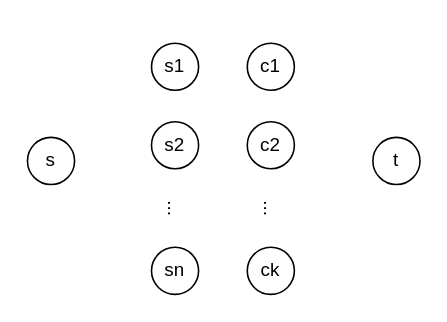
Earlier version of the draw.io diagram hw4_10.drawio (Eren-Jeager123/Algorithm). Source tidied: cells renumbered, new cells numbered last; positions are measured from the earlier drawing's top-left corner, leaving out a move shared by most shapes. Both pictures are drawn from the tidied source at 157%, with x=0, y=0 at pixel (27, 42).
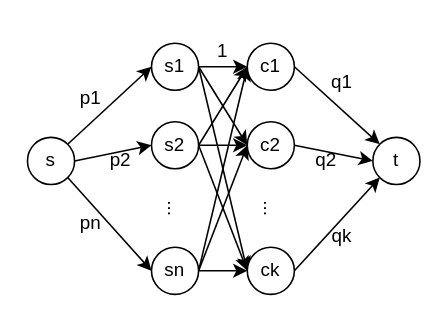
After the change.

Unchanged cells that the change refers to:
```xml
<mxCell id="2" value="s" style="ellipse;whiteSpace=wrap;html=1;" parent="1" vertex="1">
  <mxGeometry y="60" width="30" height="30" as="geometry" />
</mxCell>
<mxCell id="3" value="t" style="ellipse;whiteSpace=wrap;html=1;" parent="1" vertex="1">
  <mxGeometry x="220" y="60" width="30" height="30" as="geometry" />
</mxCell>
<mxCell id="4" value="s1" style="ellipse;whiteSpace=wrap;html=1;" parent="1" vertex="1">
  <mxGeometry x="79" width="30" height="30" as="geometry" />
</mxCell>
<mxCell id="5" value="s2" style="ellipse;whiteSpace=wrap;html=1;" parent="1" vertex="1">
  <mxGeometry x="79" y="50" width="30" height="30" as="geometry" />
</mxCell>
<mxCell id="6" value="sn" style="ellipse;whiteSpace=wrap;html=1;" parent="1" vertex="1">
  <mxGeometry x="79" y="130" width="30" height="30" as="geometry" />
</mxCell>
<mxCell id="7" value="c1" style="ellipse;whiteSpace=wrap;html=1;" parent="1" vertex="1">
  <mxGeometry x="140" width="30" height="30" as="geometry" />
</mxCell>
<mxCell id="8" value="ck" style="ellipse;whiteSpace=wrap;html=1;" parent="1" vertex="1">
  <mxGeometry x="140" y="130" width="30" height="30" as="geometry" />
</mxCell>
<mxCell id="9" value="c2" style="ellipse;whiteSpace=wrap;html=1;" parent="1" vertex="1">
  <mxGeometry x="140" y="50" width="30" height="30" as="geometry" />
</mxCell>
```

Diff of the diagram source:
```diff
@@
+    <mxCell id="12" style="rounded=0;jettySize=auto;html=1;exitX=1;exitY=0;exitDx=0;exitDy=0;entryX=0;entryY=0.5;entryDx=0;entryDy=0;" parent="1" edge="1" source="2" target="4">
+      <mxGeometry relative="1" as="geometry" />
+    </mxCell>
+    <mxCell id="13" style="rounded=0;jettySize=auto;html=1;exitX=1;exitY=0.5;exitDx=0;exitDy=0;entryX=0;entryY=0.5;entryDx=0;entryDy=0;" parent="1" edge="1" source="2" target="5">
+      <mxGeometry relative="1" as="geometry" />
+    </mxCell>
+    <mxCell id="14" style="rounded=0;jettySize=auto;html=1;exitX=1;exitY=1;exitDx=0;exitDy=0;entryX=0;entryY=0.5;entryDx=0;entryDy=0;" parent="1" edge="1" source="2" target="6">
+      <mxGeometry relative="1" as="geometry" />
+    </mxCell>
@@
+    <mxCell id="15" style="rounded=0;jettySize=auto;html=1;exitX=1;exitY=0.5;exitDx=0;exitDy=0;entryX=0;entryY=0.5;entryDx=0;entryDy=0;" parent="1" edge="1" source="4" target="7">
+      <mxGeometry relative="1" as="geometry" />
+    </mxCell>
+    <mxCell id="16" style="rounded=0;jettySize=auto;html=1;exitX=1;exitY=0.5;exitDx=0;exitDy=0;entryX=0;entryY=0.5;entryDx=0;entryDy=0;" parent="1" edge="1" source="4" target="9">
+      <mxGeometry relative="1" as="geometry" />
+    </mxCell>
+    <mxCell id="17" style="rounded=0;jettySize=auto;html=1;exitX=1;exitY=0.5;exitDx=0;exitDy=0;entryX=0;entryY=0.5;entryDx=0;entryDy=0;" parent="1" edge="1" source="4" target="8">
+      <mxGeometry relative="1" as="geometry" />
+    </mxCell>
@@
+    <mxCell id="18" style="rounded=0;jettySize=auto;html=1;exitX=1;exitY=0.5;exitDx=0;exitDy=0;entryX=0;entryY=0.5;entryDx=0;entryDy=0;" parent="1" edge="1" source="5" target="7">
+      <mxGeometry relative="1" as="geometry" />
+    </mxCell>
+    <mxCell id="19" style="rounded=0;jettySize=auto;html=1;exitX=1;exitY=0.5;exitDx=0;exitDy=0;entryX=0;entryY=0.5;entryDx=0;entryDy=0;" parent="1" edge="1" source="5" target="9">
+      <mxGeometry relative="1" as="geometry" />
+    </mxCell>
+    <mxCell id="20" style="rounded=0;jettySize=auto;html=1;exitX=1;exitY=0.5;exitDx=0;exitDy=0;entryX=0;entryY=0.5;entryDx=0;entryDy=0;" parent="1" edge="1" source="5" target="8">
+      <mxGeometry relative="1" as="geometry" />
+    </mxCell>
@@
+    <mxCell id="21" style="rounded=0;jettySize=auto;html=1;exitX=1;exitY=0.5;exitDx=0;exitDy=0;entryX=0;entryY=0.5;entryDx=0;entryDy=0;" parent="1" edge="1" source="6" target="7">
+      <mxGeometry relative="1" as="geometry" />
+    </mxCell>
+    <mxCell id="22" style="rounded=0;jettySize=auto;html=1;exitX=1;exitY=0.5;exitDx=0;exitDy=0;entryX=0;entryY=0.5;entryDx=0;entryDy=0;" parent="1" edge="1" source="6" target="9">
+      <mxGeometry relative="1" as="geometry" />
+    </mxCell>
+    <mxCell id="23" style="rounded=0;jettySize=auto;html=1;exitX=1;exitY=0.5;exitDx=0;exitDy=0;entryX=0;entryY=0.5;entryDx=0;entryDy=0;" parent="1" edge="1" source="6" target="8">
+      <mxGeometry relative="1" as="geometry" />
+    </mxCell>
@@
+    <mxCell id="24" style="rounded=0;jettySize=auto;html=1;exitX=1;exitY=0.5;exitDx=0;exitDy=0;entryX=0;entryY=0;entryDx=0;entryDy=0;" parent="1" edge="1" source="7" target="3">
+      <mxGeometry relative="1" as="geometry" />
+    </mxCell>
@@
+    <mxCell id="25" style="rounded=0;jettySize=auto;html=1;exitX=1;exitY=0.5;exitDx=0;exitDy=0;entryX=0;entryY=1;entryDx=0;entryDy=0;" parent="1" edge="1" source="8" target="3">
+      <mxGeometry relative="1" as="geometry" />
+    </mxCell>
@@
+    <mxCell id="26" style="rounded=0;jettySize=auto;html=1;exitX=1;exitY=0.5;exitDx=0;exitDy=0;entryX=0;entryY=0.5;entryDx=0;entryDy=0;" parent="1" edge="1" source="9" target="3">
+      <mxGeometry relative="1" as="geometry" />
+    </mxCell>
@@
+    <mxCell id="27" value="p1" style="text;html=1;align=center;verticalAlign=middle;strokeColor=none;fillColor=none;" parent="1" vertex="1">
+      <mxGeometry x="20" y="20" width="40" height="30" as="geometry" />
+    </mxCell>
+    <mxCell id="28" value="p2" style="text;html=1;align=center;verticalAlign=middle;strokeColor=none;fillColor=none;" parent="1" vertex="1">
+      <mxGeometry x="39" y="60" width="40" height="30" as="geometry" />
+    </mxCell>
+    <mxCell id="29" value="pn" style="text;html=1;align=center;verticalAlign=middle;strokeColor=none;fillColor=none;" parent="1" vertex="1">
+      <mxGeometry x="20" y="100" width="40" height="30" as="geometry" />
+    </mxCell>
+    <mxCell id="30" value="1" style="text;html=1;align=center;verticalAlign=middle;strokeColor=none;fillColor=none;" parent="1" vertex="1">
+      <mxGeometry x="109" y="-10" width="30" height="30" as="geometry" />
+    </mxCell>
+    <mxCell id="31" value="q1" style="text;html=1;align=center;verticalAlign=middle;strokeColor=none;fillColor=none;" parent="1" vertex="1">
+      <mxGeometry x="180" y="10" width="40" height="30" as="geometry" />
+    </mxCell>
+    <mxCell id="32" value="q2" style="text;html=1;align=center;verticalAlign=middle;strokeColor=none;fillColor=none;" parent="1" vertex="1">
+      <mxGeometry x="170" y="60" width="40" height="30" as="geometry" />
+    </mxCell>
+    <mxCell id="33" value="qk" style="text;html=1;align=center;verticalAlign=middle;strokeColor=none;fillColor=none;" parent="1" vertex="1">
+      <mxGeometry x="180" y="108" width="40" height="30" as="geometry" />
+    </mxCell>
```
